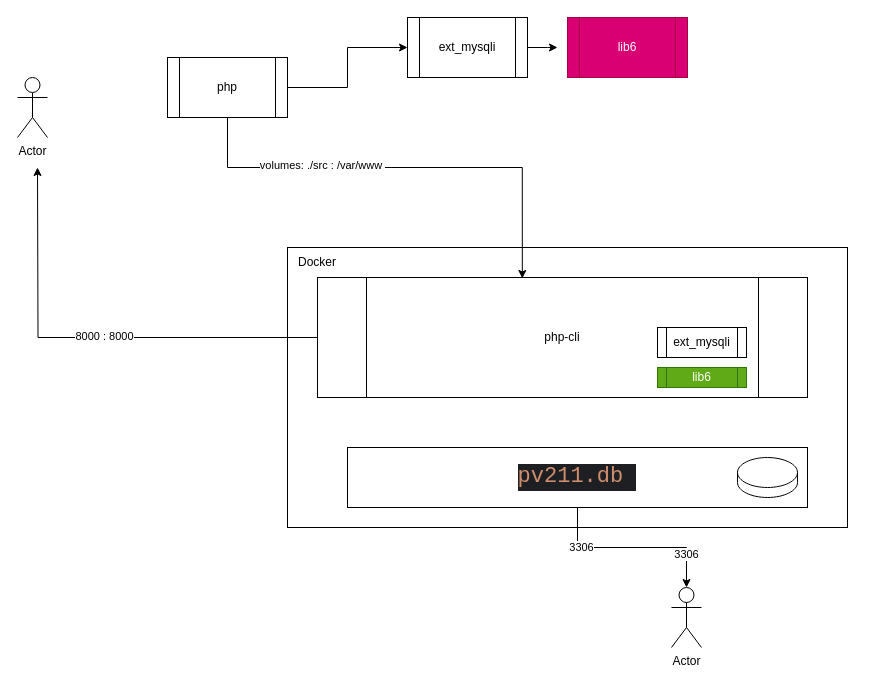
Before: page "Page-3" (3 of 3) of Diagrams/Php Init.drawio in ninydev/pv211_php, a draw.io diagram. Source tidied: cells renumbered, new cells numbered last; positions are measured from the earlier drawing's top-left corner, leaving out a move shared by most shapes. Both pictures are drawn from the tidied source at 100%, with x=0, y=0 at pixel (17, 17).
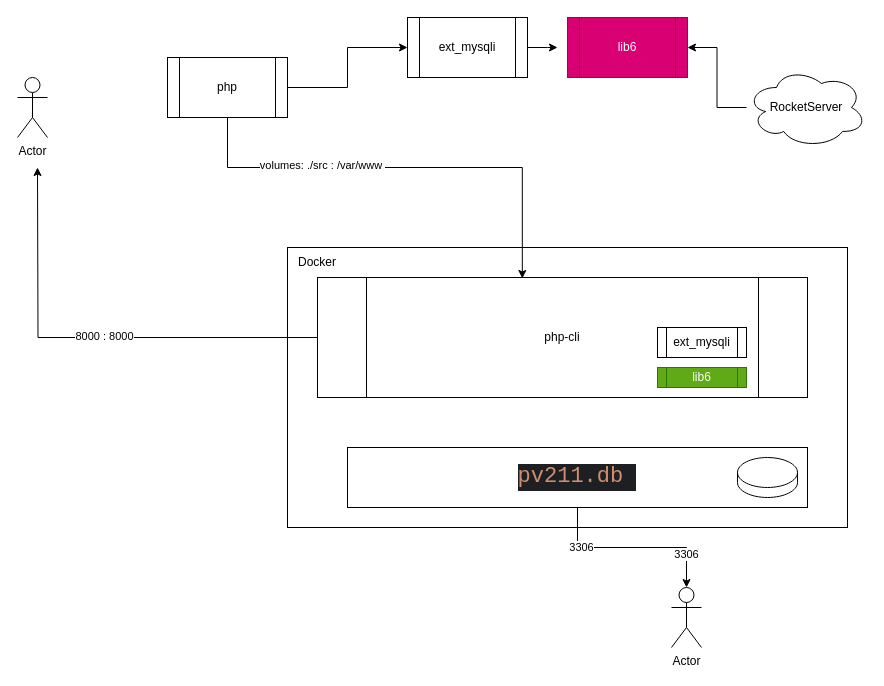
The same diagram, later.

Unchanged cells that the change refers to:
```xml
<mxCell id="7" value="lib6" style="shape=process;whiteSpace=wrap;html=1;backgroundOutline=1;fillColor=#d80073;fontColor=#ffffff;strokeColor=#A50040;" parent="1" vertex="1">
  <mxGeometry x="550" width="120" height="60" as="geometry" />
</mxCell>
```

What changed in the source:
```diff
@@
+    <mxCell id="23" style="edgeStyle=orthogonalEdgeStyle;rounded=0;jettySize=auto;html=1;" parent="1" edge="1" source="24" target="7">
+      <mxGeometry relative="1" as="geometry" />
+    </mxCell>
+    <mxCell id="24" value="RocketServer" style="ellipse;shape=cloud;whiteSpace=wrap;html=1;" parent="1" vertex="1">
+      <mxGeometry x="729" y="50" width="120" height="80" as="geometry" />
+    </mxCell>
```
